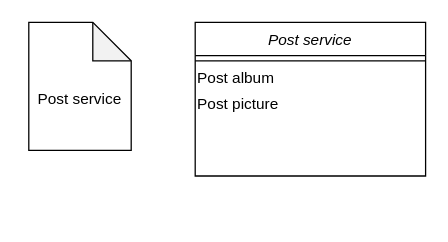
This is page "Post service" (2 of 10) of Dijagrami.drawio from andjelijaa/XML-projekat, a draw.io file, before an edit. Source tidied: cells renumbered, new cells numbered last; positions are measured from the earlier drawing's top-left corner, leaving out a move shared by most shapes. Both pictures are drawn from the tidied source at 128%, with x=0, y=0 at pixel (22, 22).
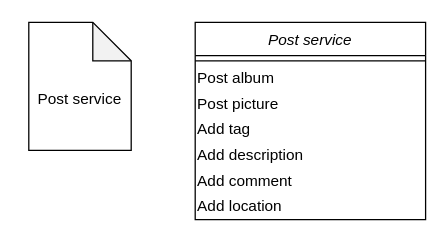
After the change.

Change to the diagram source:
```diff
@@
 <mxGraphModel>
   <root>
     <mxCell id="0" />
     <mxCell id="1" parent="0" />
     <mxCell id="2" value="Post service" style="swimlane;fontStyle=2;align=center;verticalAlign=top;horizontal=1;startSize=26;rounded=0;shadow=0;strokeWidth=1;" parent="1" vertex="1">
-      <mxGeometry x="135" width="180" height="120" as="geometry" />
+      <mxGeometry x="135" width="180" height="154" as="geometry" />
     </mxCell>
     <mxCell id="3" style="line;html=1;strokeWidth=1;align=left;verticalAlign=middle;spacingTop=-1;spacingLeft=3;spacingRight=3;labelPosition=right;" parent="2" vertex="1">
       <mxGeometry y="26" width="180" height="8" as="geometry" />
     </mxCell>
     <mxCell id="4" value="Post album" style="text;html=1;strokeColor=none;fillColor=none;align=left;verticalAlign=middle;whiteSpace=wrap;rounded=0;" parent="2" vertex="1">
       <mxGeometry y="34" width="180" height="20" as="geometry" />
     </mxCell>
     <mxCell id="5" value="Post picture" style="text;html=1;strokeColor=none;fillColor=none;align=left;verticalAlign=middle;whiteSpace=wrap;rounded=0;" parent="2" vertex="1">
       <mxGeometry y="54" width="180" height="20" as="geometry" />
     </mxCell>
+    <mxCell id="8" value="Add tag" style="text;html=1;strokeColor=none;fillColor=none;align=left;verticalAlign=middle;whiteSpace=wrap;rounded=0;" parent="2" vertex="1">
+      <mxGeometry y="74" width="180" height="20" as="geometry" />
+    </mxCell>
+    <mxCell id="9" value="Add description" style="text;html=1;strokeColor=none;fillColor=none;align=left;verticalAlign=middle;whiteSpace=wrap;rounded=0;" parent="2" vertex="1">
+      <mxGeometry y="94" width="180" height="20" as="geometry" />
+    </mxCell>
+    <mxCell id="10" value="Add comment" style="text;html=1;strokeColor=none;fillColor=none;align=left;verticalAlign=middle;whiteSpace=wrap;rounded=0;" parent="2" vertex="1">
+      <mxGeometry y="114" width="180" height="20" as="geometry" />
+    </mxCell>
+    <mxCell id="11" value="Add location" style="text;html=1;strokeColor=none;fillColor=none;align=left;verticalAlign=middle;whiteSpace=wrap;rounded=0;" parent="2" vertex="1">
+      <mxGeometry y="134" width="180" height="20" as="geometry" />
+    </mxCell>
     <mxCell id="6" style="shape=note;whiteSpace=wrap;html=1;backgroundOutline=1;darkOpacity=0.05;" parent="1" vertex="1">
       <mxGeometry x="5" width="80" height="100" as="geometry" />
     </mxCell>
     <mxCell id="7" value="Post service" style="text;html=1;strokeColor=none;fillColor=none;align=center;verticalAlign=middle;whiteSpace=wrap;rounded=0;" parent="1" vertex="1">
       <mxGeometry y="50" width="90" height="20" as="geometry" />
     </mxCell>
   </root>
 </mxGraphModel>
```
